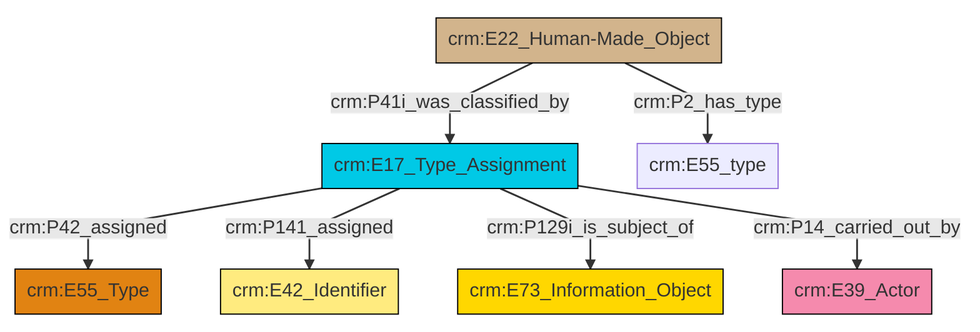
The Mermaid diagram et/builtWorkCSV/ttl/mmd/png/Built_Work_designation_status.png in ncarboni/srdm, before a commit. Its source is kept beside it as et/builtWorkCSV/ttl/mmd/Built_Work_designation_status.ttl.mmd.
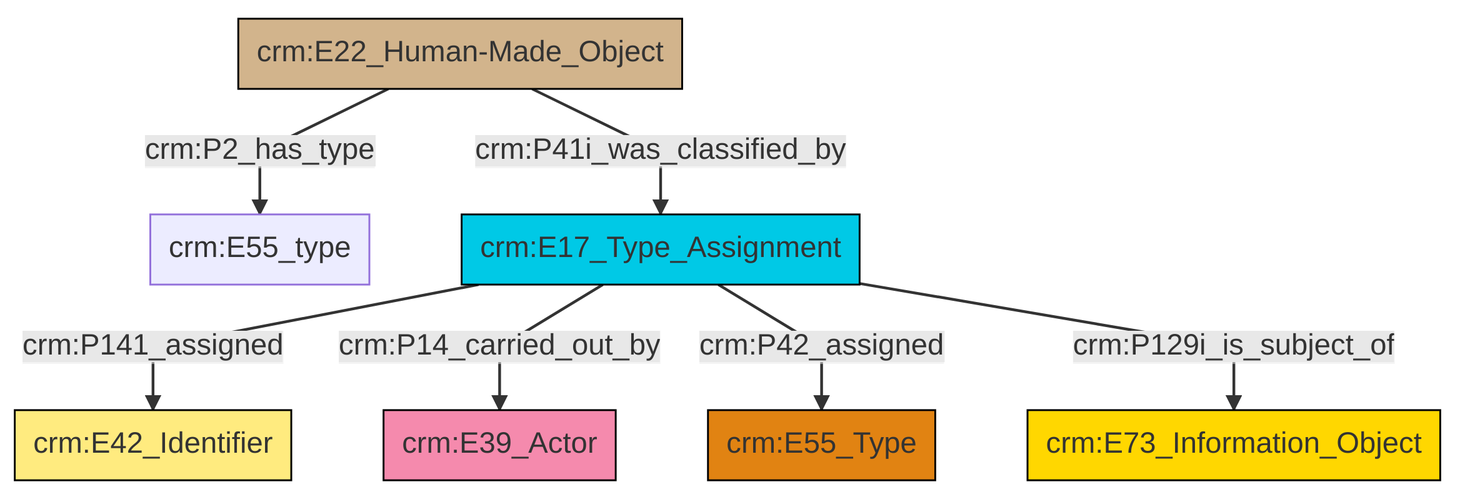
The same diagram one commit later.

What changed in the source:
```diff
@@ -13,9 +13,9 @@
 classDef PC_Classes fill:#4ce600, stroke:#000000;
 classDef Multi fill:#cccccc,stroke:#000000;
 
-0["crm:E17_Type_Assignment"]:::Temporal_Entity -->|crm:P42_assigned| 1["crm:E55_Type"]:::Type
-0["crm:E17_Type_Assignment"]:::Temporal_Entity -->|crm:P141_assigned| 6["crm:E42_Identifier"]:::Appellation
-0["crm:E17_Type_Assignment"]:::Temporal_Entity -->|crm:P129i_is_subject_of| 4["crm:E73_Information_Object"]:::Conceptual_Object
-0["crm:E17_Type_Assignment"]:::Temporal_Entity -->|crm:P14_carried_out_by| 2["crm:E39_Actor"]:::Actor
-10["crm:E22_Human-Made_Object"]:::Physical_Thing -->|crm:P41i_was_classified_by| 0["crm:E17_Type_Assignment"]:::Temporal_Entity
-10["crm:E22_Human-Made_Object"]:::Physical_Thing -->|crm:P2_has_type| 8["crm:E55_type"]:::Default
+0["crm:E22_Human-Made_Object"]:::Physical_Thing -->|crm:P2_has_type| 1["crm:E55_type"]:::Default
+8["crm:E17_Type_Assignment"]:::Temporal_Entity -->|crm:P141_assigned| 10["crm:E42_Identifier"]:::Appellation
+8["crm:E17_Type_Assignment"]:::Temporal_Entity -->|crm:P14_carried_out_by| 5["crm:E39_Actor"]:::Actor
+8["crm:E17_Type_Assignment"]:::Temporal_Entity -->|crm:P42_assigned| 12["crm:E55_Type"]:::Type
+0["crm:E22_Human-Made_Object"]:::Physical_Thing -->|crm:P41i_was_classified_by| 8["crm:E17_Type_Assignment"]:::Temporal_Entity
+8["crm:E17_Type_Assignment"]:::Temporal_Entity -->|crm:P129i_is_subject_of| 3["crm:E73_Information_Object"]:::Conceptual_Object
```
